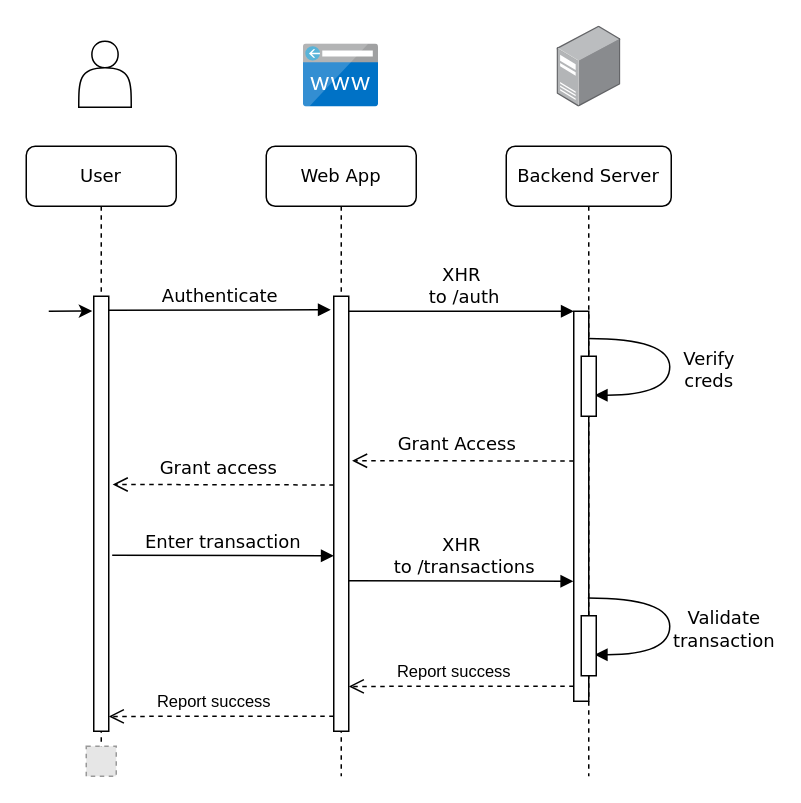
The draw.io diagram Docs/GnuCash Helper Sequence Diagram.drawio in bxbrenden/gnucash-helper, before the edit. Source tidied: cells renumbered, new cells numbered last; positions are measured from the earlier drawing's top-left corner, leaving out a move shared by most shapes. Both pictures are drawn from the tidied source at 150%, with x=0, y=0 at pixel (26, 26). Pictures stored in the file or linked from it are replaced by grey dashed boxes.
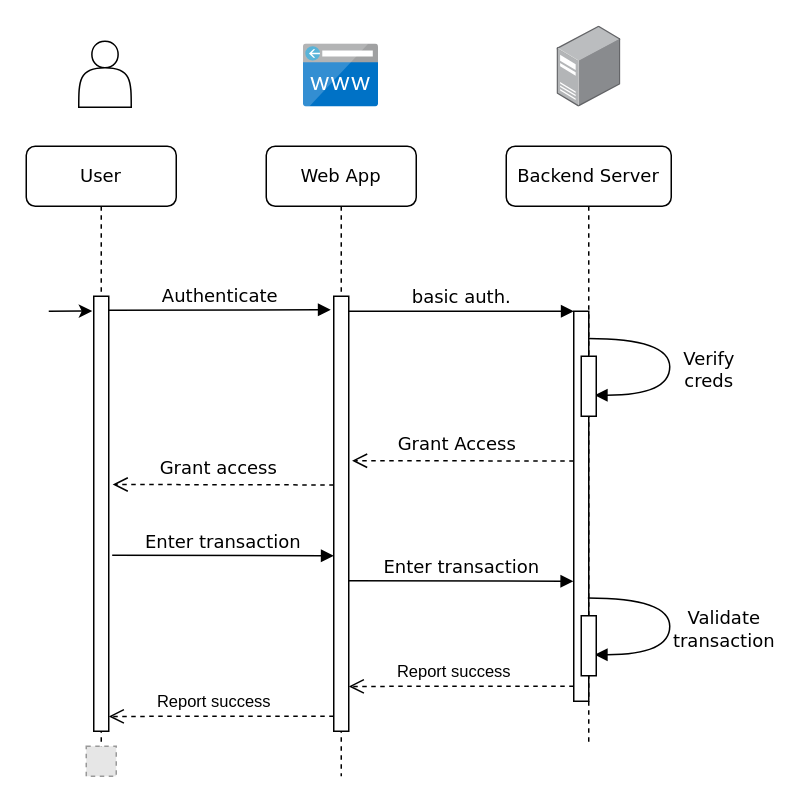
The same diagram, later.

Commit message:
update diagram a bit

The change refers to these unchanged cells:
```xml
<mxCell id="15" style="html=1;points=[];perimeter=orthogonalPerimeter;rounded=0;shadow=0;comic=0;labelBackgroundColor=none;strokeWidth=1;fontFamily=Verdana;fontSize=12;align=center;" parent="1" vertex="1">
  <mxGeometry x="205" y="180" width="10" height="290" as="geometry" />
</mxCell>
<mxCell id="16" style="html=1;points=[];perimeter=orthogonalPerimeter;rounded=0;shadow=0;comic=0;labelBackgroundColor=none;strokeWidth=1;fontFamily=Verdana;fontSize=12;align=center;" parent="1" vertex="1">
  <mxGeometry x="365" y="190" width="10" height="260" as="geometry" />
</mxCell>
```

What changed in the source:
```diff
@@
     <mxCell id="3" value="&lt;div&gt;Backend Server&lt;/div&gt;" style="shape=umlLifeline;perimeter=lifelinePerimeter;whiteSpace=wrap;html=1;rounded=1;shadow=0;comic=0;labelBackgroundColor=none;strokeWidth=1;fontFamily=Verdana;fontSize=12;align=center;" parent="1" vertex="1">
-      <mxGeometry x="320" y="80" width="110" height="420" as="geometry" />
+      <mxGeometry x="320" y="80" width="110" height="400" as="geometry" />
     </mxCell>
@@
-    <mxCell id="6" value="&lt;div&gt;XHR&lt;/div&gt;&amp;nbsp;to /auth " style="html=1;verticalAlign=bottom;endArrow=block;entryX=0;entryY=0;labelBackgroundColor=none;fontFamily=Verdana;fontSize=12;edgeStyle=elbowEdgeStyle;elbow=vertical;" parent="1" edge="1" source="15" target="16">
+    <mxCell id="6" value="basic auth." style="html=1;verticalAlign=bottom;endArrow=block;entryX=0;entryY=0;labelBackgroundColor=none;fontFamily=Verdana;fontSize=12;edgeStyle=elbowEdgeStyle;elbow=vertical;" parent="1" edge="1" source="15" target="16">
       <mxGeometry x="335" y="140" as="geometry" />
     </mxCell>
@@
-    <mxCell id="14" value="&lt;div&gt;XHR&lt;/div&gt;&amp;nbsp;to /transactions " style="html=1;verticalAlign=bottom;endArrow=block;labelBackgroundColor=none;fontFamily=Verdana;fontSize=12;edgeStyle=elbowEdgeStyle;elbow=vertical;exitX=0.943;exitY=0.694;exitDx=0;exitDy=0;exitPerimeter=0;entryX=-0.033;entryY=0.7;entryDx=0;entryDy=0;entryPerimeter=0;" parent="1" edge="1">
+    <mxCell id="14" value="Enter transaction" style="html=1;verticalAlign=bottom;endArrow=block;labelBackgroundColor=none;fontFamily=Verdana;fontSize=12;edgeStyle=elbowEdgeStyle;elbow=vertical;exitX=0.943;exitY=0.694;exitDx=0;exitDy=0;exitPerimeter=0;entryX=-0.033;entryY=0.7;entryDx=0;entryDy=0;entryPerimeter=0;" parent="1" edge="1">
       <mxGeometry x="335" y="140" as="geometry">
         <mxPoint x="214.4" y="369.6" as="sourcePoint" />
         <mxPoint x="364.7" y="370" as="targetPoint" />
       </mxGeometry>
     </mxCell>
```
